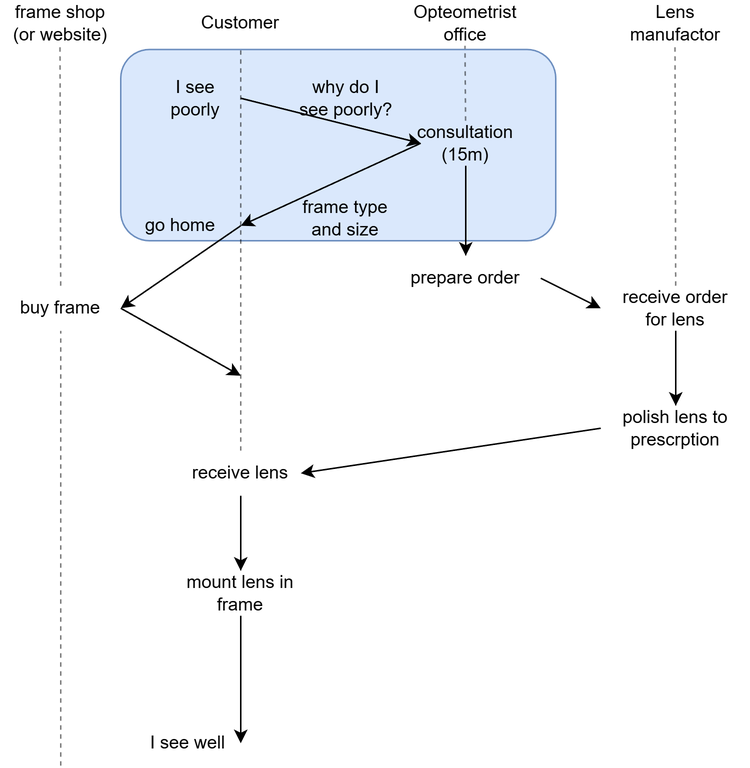
Earlier version of the draw.io export images/diagrams/new.drawio.png (ues-if/specification). Source tidied: cells renumbered, new cells last; positions are measured from the earlier drawing's top-left corner, leaving out a move shared by most shapes.
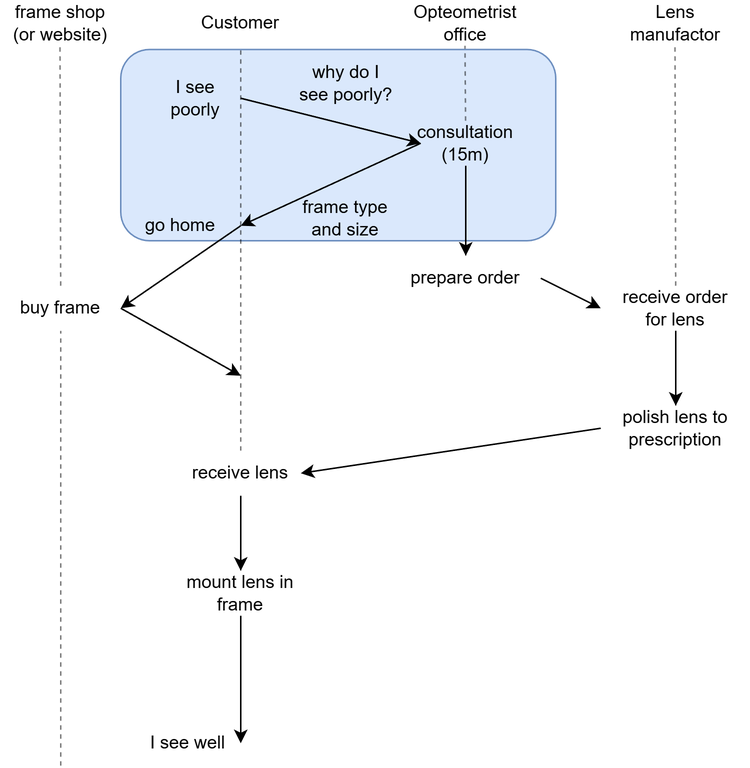
After the commit.

Diff of the diagram source:
```diff
@@ -40,7 +40,7 @@
       <mxGeometry x="80" y="130" width="80" height="40" as="geometry" />
     </mxCell>
     <mxCell id="13" value="why do I see poorly?" style="text;html=1;align=center;verticalAlign=middle;whiteSpace=wrap;rounded=0;" parent="1" vertex="1">
-      <mxGeometry x="197.5" y="50" width="65" height="30" as="geometry" />
+      <mxGeometry x="197.5" y="40" width="65" height="30" as="geometry" />
     </mxCell>
     <mxCell id="14" style="edgeStyle=none;html=1;exitX=0;exitY=0.5;exitDx=0;exitDy=0;entryX=1;entryY=0.5;entryDx=0;entryDy=0;" parent="1" edge="1" source="19" target="25">
       <mxGeometry relative="1" as="geometry" />
@@ -57,7 +57,7 @@
     <mxCell id="18" style="edgeStyle=none;html=1;exitX=0.5;exitY=1;exitDx=0;exitDy=0;entryX=1;entryY=0.5;entryDx=0;entryDy=0;" parent="1" edge="1" source="27" target="23">
       <mxGeometry relative="1" as="geometry" />
     </mxCell>
-    <mxCell id="19" value="polish lens to prescrption" style="text;html=1;align=center;verticalAlign=middle;whiteSpace=wrap;rounded=0;" parent="1" vertex="1">
+    <mxCell id="19" value="polish lens to prescription" style="text;html=1;align=center;verticalAlign=middle;whiteSpace=wrap;rounded=0;" parent="1" vertex="1">
       <mxGeometry x="400" y="270" width="100" height="30" as="geometry" />
     </mxCell>
     <mxCell id="20" style="endArrow=none;html=1;entryX=0.5;entryY=1;entryDx=0;entryDy=0;dashed=1;opacity=50;" parent="1" edge="1" source="19" target="22">
```
